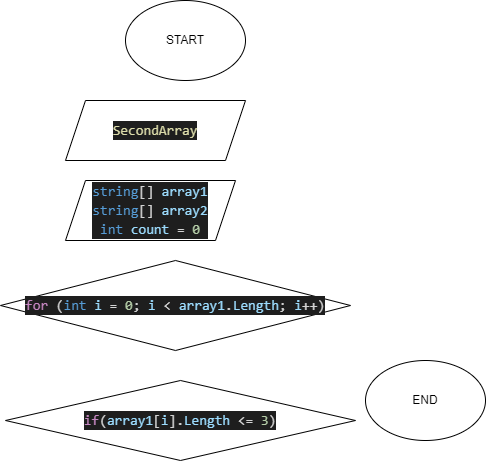
Earlier version of the draw.io export algorithm.drawio.png (chiou93/control_work). Source tidied: cells renumbered, new cells last; positions are measured from the earlier drawing's top-left corner, leaving out a move shared by most shapes.
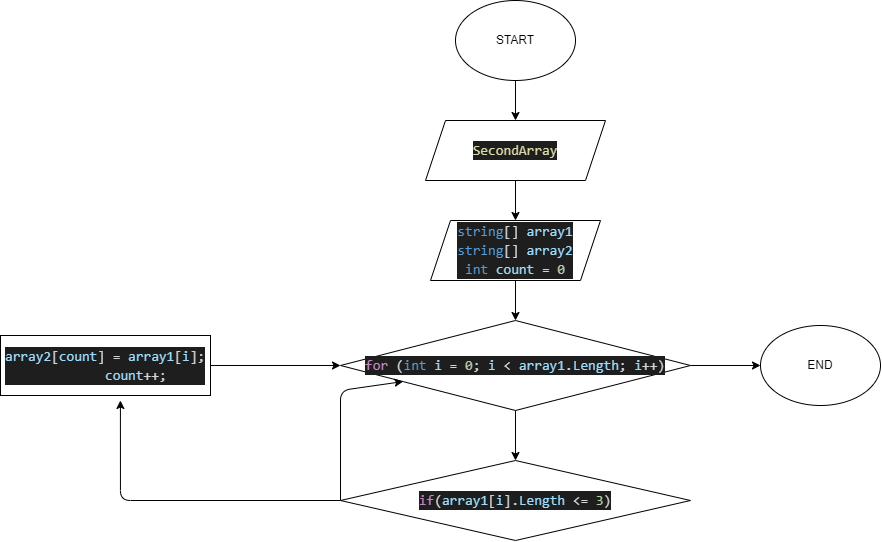
After the commit.

Commit message:
создали файл readme

What changed in the source:
```diff
@@ -3,22 +3,54 @@
     <mxCell id="0" />
     <mxCell id="1" parent="0" />
     <mxCell id="2" value="END" style="ellipse;whiteSpace=wrap;html=1;" parent="1" vertex="1">
-      <mxGeometry x="365" y="360" width="120" height="80" as="geometry" />
+      <mxGeometry x="425" y="255" width="120" height="80" as="geometry" />
     </mxCell>
+    <mxCell id="8" style="edgeStyle=orthogonalEdgeStyle;html=1;" parent="1" edge="1" source="3" target="4">
+      <mxGeometry relative="1" as="geometry" />
+    </mxCell>
     <mxCell id="3" value="START" style="ellipse;whiteSpace=wrap;html=1;" parent="1" vertex="1">
-      <mxGeometry x="125" width="120" height="80" as="geometry" />
+      <mxGeometry x="120" y="-70" width="120" height="80" as="geometry" />
     </mxCell>
+    <mxCell id="9" style="edgeStyle=none;html=1;" parent="1" edge="1" source="4" target="5">
+      <mxGeometry relative="1" as="geometry" />
+    </mxCell>
     <mxCell id="4" value="&lt;div style=&quot;color: rgb(212 , 212 , 212) ; background-color: rgb(30 , 30 , 30) ; font-family: &amp;#34;consolas&amp;#34; , &amp;#34;courier new&amp;#34; , monospace ; font-size: 14px ; line-height: 19px&quot;&gt;&lt;span style=&quot;color: #dcdcaa&quot;&gt;SecondArray&lt;/span&gt;&lt;/div&gt;" style="shape=parallelogram;perimeter=parallelogramPerimeter;whiteSpace=wrap;html=1;fixedSize=1;" parent="1" vertex="1">
-      <mxGeometry x="65" y="100" width="180" height="60" as="geometry" />
+      <mxGeometry x="90" y="50" width="180" height="60" as="geometry" />
     </mxCell>
+    <mxCell id="10" style="edgeStyle=none;html=1;" parent="1" edge="1" source="5" target="6">
+      <mxGeometry relative="1" as="geometry" />
+    </mxCell>
     <mxCell id="5" value="&lt;div style=&quot;color: rgb(212 , 212 , 212) ; background-color: rgb(30 , 30 , 30) ; font-family: &amp;#34;consolas&amp;#34; , &amp;#34;courier new&amp;#34; , monospace ; font-size: 14px ; line-height: 19px&quot;&gt;&lt;div style=&quot;line-height: 19px&quot;&gt;&lt;span style=&quot;color: rgb(86 , 156 , 214)&quot;&gt;string&lt;/span&gt;[]&amp;nbsp;&lt;span style=&quot;color: rgb(156 , 220 , 254)&quot;&gt;array1&lt;/span&gt;&lt;/div&gt;&lt;div style=&quot;line-height: 19px&quot;&gt;&lt;div style=&quot;line-height: 19px&quot;&gt;&lt;span style=&quot;color: rgb(86 , 156 , 214)&quot;&gt;string&lt;/span&gt;[]&amp;nbsp;&lt;span style=&quot;color: rgb(156 , 220 , 254)&quot;&gt;array2&lt;/span&gt;&lt;/div&gt;&lt;div style=&quot;line-height: 19px&quot;&gt;&lt;div style=&quot;font-family: &amp;#34;consolas&amp;#34; , &amp;#34;courier new&amp;#34; , monospace ; line-height: 19px&quot;&gt;&lt;span style=&quot;color: #569cd6&quot;&gt;int&lt;/span&gt; &lt;span style=&quot;color: #9cdcfe&quot;&gt;count&lt;/span&gt; = &lt;span style=&quot;color: #b5cea8&quot;&gt;0&lt;/span&gt;&lt;/div&gt;&lt;/div&gt;&lt;/div&gt;&lt;/div&gt;" style="shape=parallelogram;perimeter=parallelogramPerimeter;whiteSpace=wrap;html=1;fixedSize=1;" parent="1" vertex="1">
-      <mxGeometry x="65" y="180" width="170" height="60" as="geometry" />
+      <mxGeometry x="95" y="150" width="170" height="60" as="geometry" />
     </mxCell>
+    <mxCell id="11" style="edgeStyle=none;html=1;" parent="1" edge="1" source="6" target="7">
+      <mxGeometry relative="1" as="geometry" />
+    </mxCell>
+    <mxCell id="12" style="edgeStyle=none;html=1;" parent="1" edge="1" source="6" target="2">
+      <mxGeometry relative="1" as="geometry" />
+    </mxCell>
     <mxCell id="6" value="&lt;div style=&quot;color: rgb(212 , 212 , 212) ; background-color: rgb(30 , 30 , 30) ; font-family: &amp;#34;consolas&amp;#34; , &amp;#34;courier new&amp;#34; , monospace ; font-size: 14px ; line-height: 19px&quot;&gt;&lt;span style=&quot;color: #c586c0&quot;&gt;for&lt;/span&gt; (&lt;span style=&quot;color: #569cd6&quot;&gt;int&lt;/span&gt; &lt;span style=&quot;color: #9cdcfe&quot;&gt;i&lt;/span&gt; = &lt;span style=&quot;color: #b5cea8&quot;&gt;0&lt;/span&gt;; &lt;span style=&quot;color: #9cdcfe&quot;&gt;i&lt;/span&gt; &amp;lt; &lt;span style=&quot;color: #9cdcfe&quot;&gt;array1&lt;/span&gt;.&lt;span style=&quot;color: #9cdcfe&quot;&gt;Length&lt;/span&gt;; &lt;span style=&quot;color: #9cdcfe&quot;&gt;i&lt;/span&gt;++)&lt;/div&gt;" style="rhombus;whiteSpace=wrap;html=1;" parent="1" vertex="1">
-      <mxGeometry y="260" width="350" height="90" as="geometry" />
+      <mxGeometry x="5" y="250" width="350" height="90" as="geometry" />
     </mxCell>
+    <mxCell id="13" style="edgeStyle=orthogonalEdgeStyle;html=1;entryX=0.571;entryY=1.083;entryDx=0;entryDy=0;entryPerimeter=0;" parent="1" edge="1" source="7" target="15">
+      <mxGeometry relative="1" as="geometry" />
+    </mxCell>
     <mxCell id="7" value="&lt;div style=&quot;color: rgb(212 , 212 , 212) ; background-color: rgb(30 , 30 , 30) ; font-family: &amp;#34;consolas&amp;#34; , &amp;#34;courier new&amp;#34; , monospace ; font-size: 14px ; line-height: 19px&quot;&gt;&lt;span style=&quot;color: #c586c0&quot;&gt;if&lt;/span&gt;(&lt;span style=&quot;color: #9cdcfe&quot;&gt;array1&lt;/span&gt;[&lt;span style=&quot;color: #9cdcfe&quot;&gt;i&lt;/span&gt;].&lt;span style=&quot;color: #9cdcfe&quot;&gt;Length&lt;/span&gt; &amp;lt;= &lt;span style=&quot;color: #b5cea8&quot;&gt;3&lt;/span&gt;)&lt;/div&gt;" style="rhombus;whiteSpace=wrap;html=1;" parent="1" vertex="1">
-      <mxGeometry x="5" y="380" width="350" height="80" as="geometry" />
+      <mxGeometry x="5" y="390" width="350" height="80" as="geometry" />
     </mxCell>
+    <mxCell id="14" style="edgeStyle=orthogonalEdgeStyle;html=1;entryX=0;entryY=0.5;entryDx=0;entryDy=0;" parent="1" edge="1" source="15" target="6">
+      <mxGeometry relative="1" as="geometry" />
+    </mxCell>
+    <mxCell id="15" value="&lt;div style=&quot;color: rgb(212 , 212 , 212) ; background-color: rgb(30 , 30 , 30) ; font-family: &amp;#34;consolas&amp;#34; , &amp;#34;courier new&amp;#34; , monospace ; font-size: 14px ; line-height: 19px&quot;&gt;&lt;div&gt;&lt;span style=&quot;color: #9cdcfe&quot;&gt;array2&lt;/span&gt;[&lt;span style=&quot;color: #9cdcfe&quot;&gt;count&lt;/span&gt;] = &lt;span style=&quot;color: #9cdcfe&quot;&gt;array1&lt;/span&gt;[&lt;span style=&quot;color: #9cdcfe&quot;&gt;i&lt;/span&gt;];&lt;/div&gt;&lt;div&gt;&amp;nbsp; &amp;nbsp; &amp;nbsp; &amp;nbsp; &lt;span style=&quot;color: #9cdcfe&quot;&gt;count&lt;/span&gt;++;&lt;/div&gt;&lt;/div&gt;" style="rounded=0;whiteSpace=wrap;html=1;" parent="1" vertex="1">
+      <mxGeometry x="-335" y="265" width="210" height="60" as="geometry" />
+    </mxCell>
+    <mxCell id="16" style="endArrow=classic;html=1;" parent="1" edge="1" target="6">
+      <mxGeometry relative="1" as="geometry">
+        <mxPoint x="5" y="430" as="sourcePoint" />
+        <Array as="points">
+          <mxPoint x="5" y="320" />
+        </Array>
+      </mxGeometry>
+    </mxCell>
   </root>
 </mxGraphModel>
```
